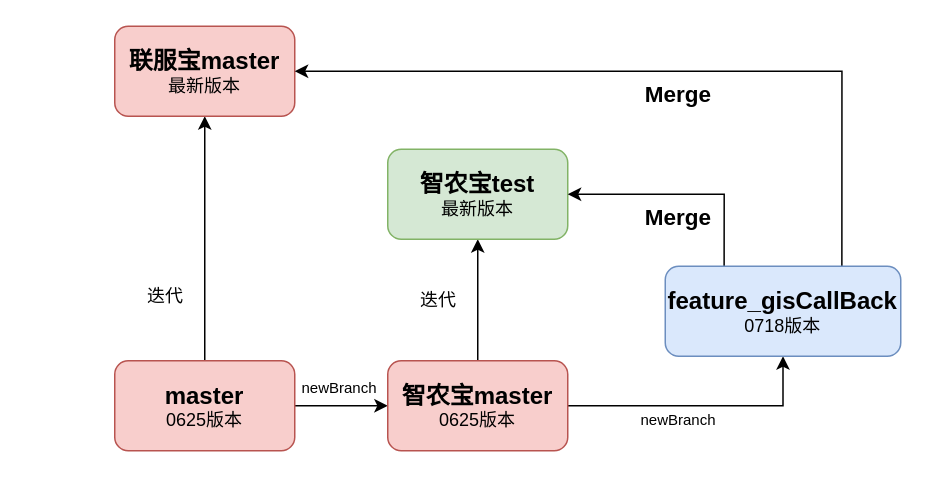
Earlier version of the draw.io diagram 遥感git的合并方案.drawio (RK-JD/DrawIO). Source tidied: cells renumbered, new cells numbered last; positions are measured from the earlier drawing's top-left corner, leaving out a move shared by most shapes. Both pictures are drawn from the tidied source at 150%, with x=0, y=0 at pixel (114, 26).
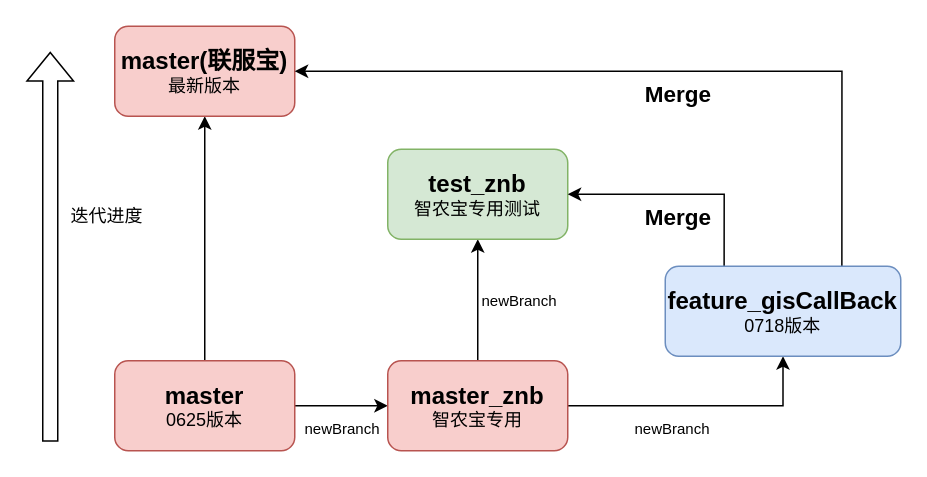
The same page after the edit.

Commit message:
更新遥感git的合并方案.drawio

The edit, as a diff of the source:
```diff
@@
-    <mxCell id="5" value="&lt;font style=&quot;&quot;&gt;&lt;span style=&quot;font-weight: bold; font-size: 16px;&quot;&gt;联服宝master&lt;/span&gt;&lt;br&gt;&lt;font style=&quot;&quot;&gt;最新版本&lt;/font&gt;&lt;/font&gt;" style="rounded=1;whiteSpace=wrap;html=1;fillColor=#f8cecc;strokeColor=#b85450;" parent="1" vertex="1">
+    <mxCell id="5" value="&lt;font style=&quot;&quot;&gt;&lt;span style=&quot;font-weight: bold; font-size: 16px;&quot;&gt;master(联服宝)&lt;/span&gt;&lt;br&gt;&lt;font style=&quot;&quot;&gt;最新版本&lt;/font&gt;&lt;/font&gt;" style="rounded=1;whiteSpace=wrap;html=1;fillColor=#f8cecc;strokeColor=#b85450;" parent="1" vertex="1">
       <mxGeometry width="120" height="60" as="geometry" />
     </mxCell>
-    <mxCell id="6" value="迭代" style="text;html=1;align=center;verticalAlign=middle;whiteSpace=wrap;rounded=0;" parent="1" vertex="1">
-      <mxGeometry x="4" y="165" width="60" height="30" as="geometry" />
+    <mxCell id="6" value="迭代进度" style="text;html=1;align=center;verticalAlign=middle;whiteSpace=wrap;rounded=0;" parent="1" vertex="1">
+      <mxGeometry x="-35" y="112" width="60" height="30" as="geometry" />
     </mxCell>
@@
-    <mxCell id="9" value="&lt;font style=&quot;&quot;&gt;&lt;span style=&quot;font-weight: bold; font-size: 16px;&quot;&gt;智农宝master&lt;/span&gt;&lt;br&gt;0625版本&lt;/font&gt;" style="rounded=1;whiteSpace=wrap;html=1;fillColor=#f8cecc;strokeColor=#b85450;" parent="1" vertex="1">
+    <mxCell id="9" value="&lt;font style=&quot;&quot;&gt;&lt;span style=&quot;font-weight: bold; font-size: 16px;&quot;&gt;master_znb&lt;/span&gt;&lt;br&gt;智农宝专用&lt;/font&gt;" style="rounded=1;whiteSpace=wrap;html=1;fillColor=#f8cecc;strokeColor=#b85450;" parent="1" vertex="1">
       <mxGeometry x="182" y="223" width="120" height="60" as="geometry" />
     </mxCell>
-    <mxCell id="10" value="&lt;font style=&quot;&quot;&gt;&lt;span style=&quot;font-weight: bold; font-size: 16px;&quot;&gt;智农宝test&lt;/span&gt;&lt;br&gt;&lt;font style=&quot;&quot;&gt;最新版本&lt;/font&gt;&lt;/font&gt;" style="rounded=1;whiteSpace=wrap;html=1;fillColor=#d5e8d4;strokeColor=#82b366;" parent="1" vertex="1">
+    <mxCell id="10" value="&lt;font style=&quot;&quot;&gt;&lt;span style=&quot;font-weight: bold; font-size: 16px;&quot;&gt;test_znb&lt;/span&gt;&lt;br&gt;智农宝专用测试&lt;/font&gt;" style="rounded=1;whiteSpace=wrap;html=1;fillColor=#d5e8d4;strokeColor=#82b366;" parent="1" vertex="1">
       <mxGeometry x="182" y="82" width="120" height="60" as="geometry" />
     </mxCell>
-    <mxCell id="11" value="迭代" style="text;html=1;align=center;verticalAlign=middle;whiteSpace=wrap;rounded=0;" parent="1" vertex="1">
-      <mxGeometry x="186" y="168" width="60" height="30" as="geometry" />
-    </mxCell>
@@
     <mxCell id="15" value="newBranch" style="text;html=1;align=center;verticalAlign=middle;whiteSpace=wrap;rounded=0;fontSize=10;" parent="1" vertex="1">
-      <mxGeometry x="120" y="226" width="60" height="30" as="geometry" />
+      <mxGeometry x="122" y="253" width="60" height="30" as="geometry" />
     </mxCell>
     <mxCell id="16" value="newBranch" style="text;html=1;align=center;verticalAlign=middle;whiteSpace=wrap;rounded=0;fontSize=10;" parent="1" vertex="1">
-      <mxGeometry x="346" y="247" width="60" height="30" as="geometry" />
+      <mxGeometry x="342" y="253" width="60" height="30" as="geometry" />
     </mxCell>
@@
+    <mxCell id="19" style="shape=flexArrow;endArrow=classic;html=1;rounded=0;" parent="1" edge="1">
+      <mxGeometry relative="1" as="geometry">
+        <mxPoint x="-43" y="277" as="sourcePoint" />
+        <mxPoint x="-43" y="17" as="targetPoint" />
+      </mxGeometry>
+    </mxCell>
+    <mxCell id="20" value="newBranch" style="text;html=1;align=center;verticalAlign=middle;whiteSpace=wrap;rounded=0;fontSize=10;" parent="1" vertex="1">
+      <mxGeometry x="240" y="168" width="60" height="30" as="geometry" />
+    </mxCell>
```
